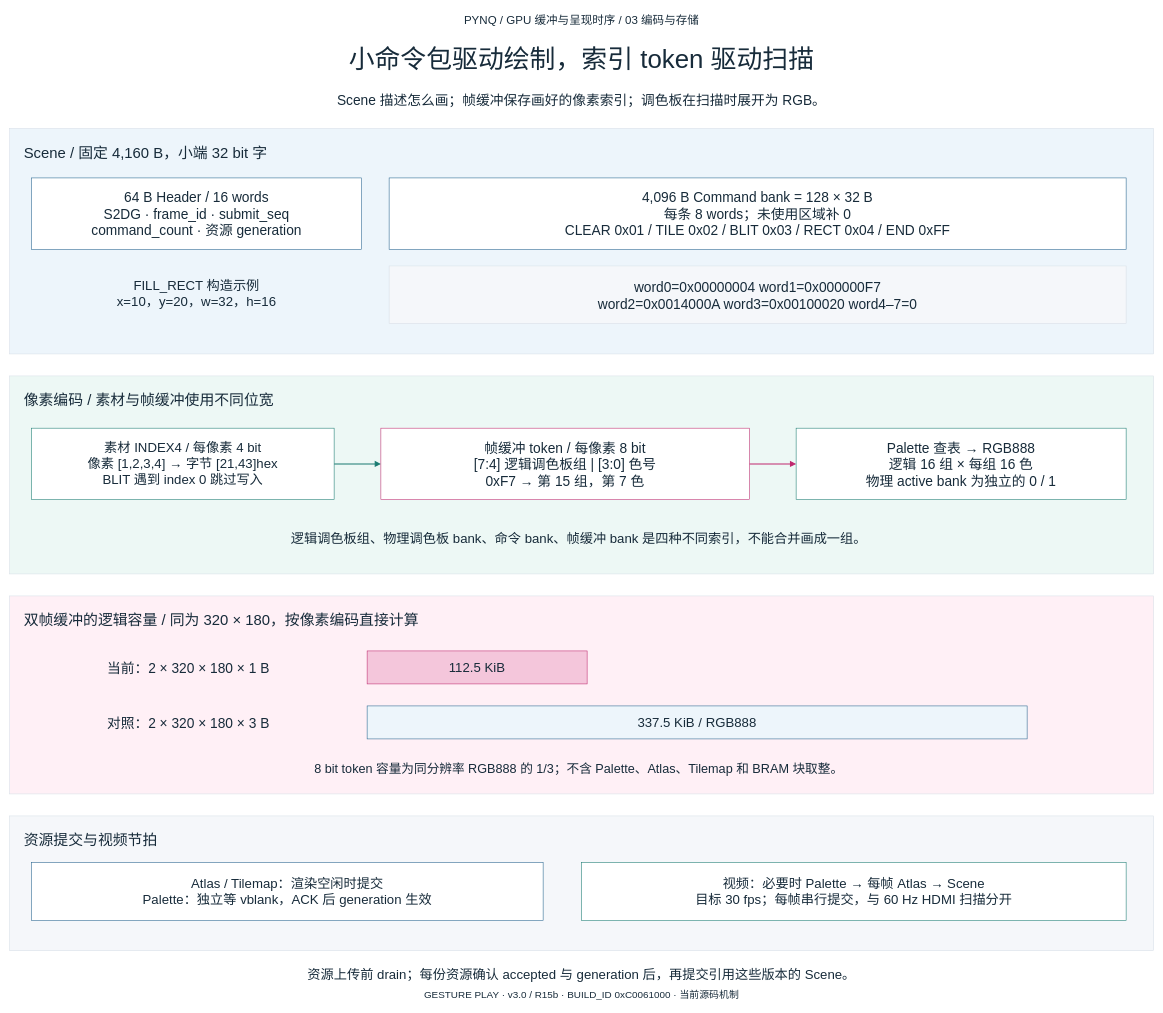
hyh2758832315/pynq-gesture-play keeps this draw.io diagram as project/report/figures/gpu_buffer_timing_handoff/figures/03_gpu_encoding_storage.drawio. Above is the earlier version. Source tidied: cells renumbered, new cells numbered last; positions are measured from the earlier drawing's top-left corner, leaving out a move shared by most shapes. Both pictures are drawn from the tidied source at 55%, with x=0, y=0 at pixel (9, 9).
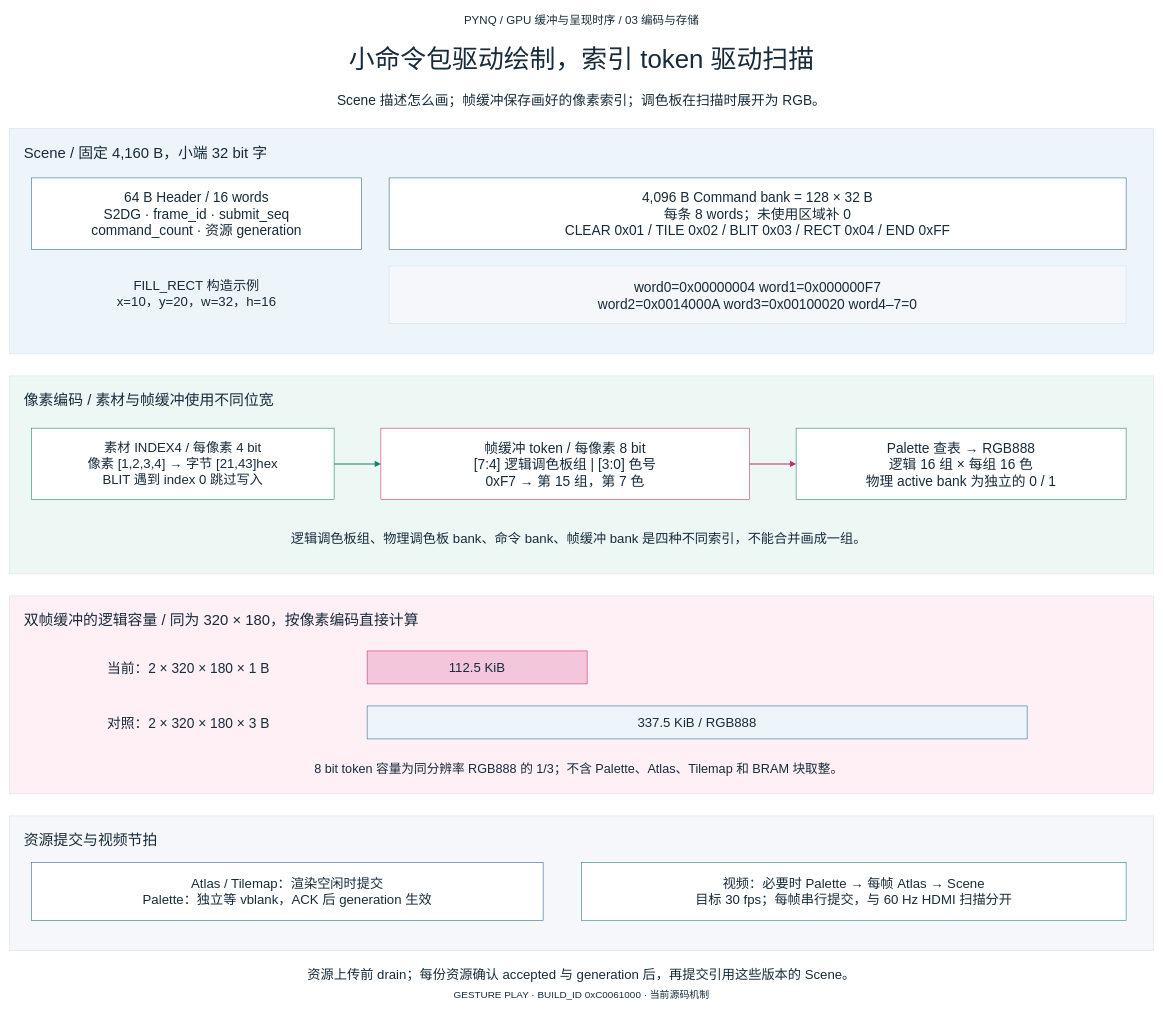
The same page after the edit.

What changed in the source:
```diff
@@
-    <mxCell id="11" value="GESTURE PLAY · v3.0 / R15b · BUILD_ID 0xC0061000 · 当前源码机制" style="rounded=0;whiteSpace=wrap;html=0;fillColor=#ffffff;strokeColor=#d8dfe7;fontColor=#172b3a;fontFamily=Microsoft YaHei;fontSize=18;spacing=12;fillColor=none;strokeColor=none;" parent="1" vertex="1">
+    <mxCell id="11" value="GESTURE PLAY · BUILD_ID 0xC0061000 · 当前源码机制" style="rounded=0;whiteSpace=wrap;html=0;fillColor=#ffffff;strokeColor=#d8dfe7;fontColor=#172b3a;fontFamily=Microsoft YaHei;fontSize=18;spacing=12;fillColor=none;strokeColor=none;" parent="1" vertex="1">
       <mxGeometry y="1775" width="2080" height="33" as="geometry" />
     </mxCell>
```
